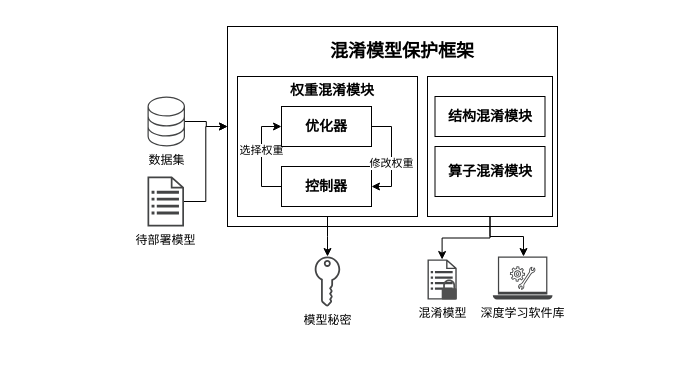
Earlier version of the draw.io diagram Untitled Diagram.drawio (kid1214/draw). Source tidied: cells renumbered, new cells numbered last; positions are measured from the earlier drawing's top-left corner, leaving out a move shared by most shapes. Both pictures are drawn from the tidied source at 100%, with x=0, y=0 at pixel (17, 26).
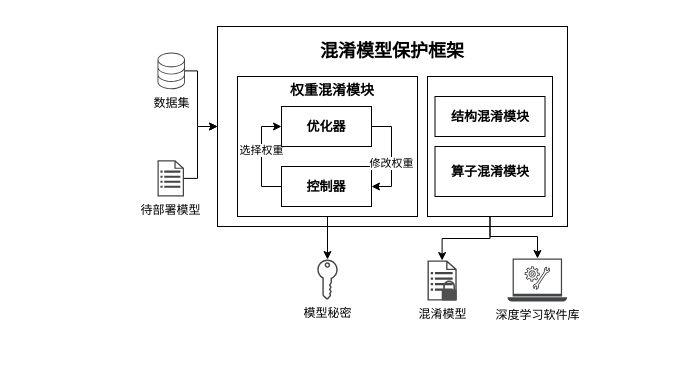
The same diagram, later.

Commit message (it also covers changes not shown here):
模型保护框架流程图.drawio

Unchanged cells that the change refers to:
```xml
<mxCell id="2" style="group;" parent="1" vertex="1">
  <mxGeometry y="20" width="659.7" height="310.2" as="geometry" />
</mxCell>
<mxCell id="3" style="group;" parent="2" vertex="1">
  <mxGeometry x="50" y="30" width="609.7" height="280.2" as="geometry" />
</mxCell>
<mxCell id="7" style="rounded=0;whiteSpace=wrap;html=1;" parent="3" vertex="1">
  <mxGeometry x="360" width="125" height="140" as="geometry" />
</mxCell>
<mxCell id="17" style="group;" parent="3" vertex="1">
  <mxGeometry x="194" y="30" width="130" height="100" as="geometry" />
</mxCell>
```

What changed in the source:
```diff
@@
     <mxCell id="4" style="rounded=0;whiteSpace=wrap;html=1;" parent="3" vertex="1">
-      <mxGeometry x="160" y="-50" width="330" height="200" as="geometry" />
+      <mxGeometry x="150" y="-50" width="350" height="200" as="geometry" />
     </mxCell>
     <mxCell id="5" style="edgeStyle=orthogonalEdgeStyle;rounded=0;jettySize=auto;html=1;" parent="3" edge="1" source="7" target="26">
       <mxGeometry relative="1" as="geometry">
         <Array as="points">
           <mxPoint x="423" y="160" />
-          <mxPoint x="456" y="160" />
+          <mxPoint x="470" y="160" />
         </Array>
       </mxGeometry>
     </mxCell>
@@
-    <mxCell id="8" value="&lt;h3&gt;结构混淆模块&lt;/h3&gt;" style="rounded=0;whiteSpace=wrap;html=1;" parent="3" vertex="1">
+    <mxCell id="8" value="&lt;h3&gt;&lt;font style=&quot;font-size: 13px;&quot;&gt;结构混淆模块&lt;/font&gt;&lt;/h3&gt;" style="rounded=0;whiteSpace=wrap;html=1;" parent="3" vertex="1">
       <mxGeometry x="367.5" y="20" width="110" height="40" as="geometry" />
     </mxCell>
-    <mxCell id="9" value="&lt;h3&gt;算子混淆模块&lt;/h3&gt;" style="rounded=0;whiteSpace=wrap;html=1;" parent="3" vertex="1">
+    <mxCell id="9" value="&lt;h3&gt;&lt;font style=&quot;font-size: 13px;&quot;&gt;算子混淆模块&lt;/font&gt;&lt;/h3&gt;" style="rounded=0;whiteSpace=wrap;html=1;" parent="3" vertex="1">
       <mxGeometry x="367.5" y="70" width="110" height="50" as="geometry" />
     </mxCell>
     <mxCell id="10" style="edgeStyle=orthogonalEdgeStyle;rounded=0;jettySize=auto;html=1;" parent="3" edge="1" source="11" target="4">
-      <mxGeometry relative="1" as="geometry" />
+      <mxGeometry relative="1" as="geometry">
+        <Array as="points">
+          <mxPoint x="130" y="102" />
+          <mxPoint x="130" y="50" />
+        </Array>
+      </mxGeometry>
     </mxCell>
     <mxCell id="11" value="待部署模型" style="sketch=0;shadow=0;dashed=0;html=1;strokeColor=none;fillColor=#434445;labelPosition=center;verticalLabelPosition=bottom;verticalAlign=top;align=center;outlineConnect=0;shape=mxgraph.vvd.recovery_plan;" parent="3" vertex="1">
-      <mxGeometry x="80" y="100" width="36.5" height="50" as="geometry" />
+      <mxGeometry x="90" y="83.7" width="26.5" height="36.3" as="geometry" />
     </mxCell>
-    <mxCell id="12" style="edgeStyle=orthogonalEdgeStyle;rounded=0;jettySize=auto;html=1;" parent="3" edge="1" source="13" target="4">
-      <mxGeometry relative="1" as="geometry" />
-    </mxCell>
-    <mxCell id="13" value="数据集" style="sketch=0;shadow=0;dashed=0;html=1;strokeColor=none;fillColor=#434445;labelPosition=center;verticalLabelPosition=bottom;verticalAlign=top;align=center;outlineConnect=0;shape=mxgraph.vvd.storage;" parent="3" vertex="1">
-      <mxGeometry x="80" y="20" width="37.5" height="50" as="geometry" />
-    </mxCell>
@@
-    <mxCell id="20" value="&lt;h3&gt;控制器&lt;/h3&gt;" style="rounded=0;whiteSpace=wrap;html=1;" parent="17" vertex="1">
+    <mxCell id="20" value="&lt;h3&gt;&lt;font style=&quot;font-size: 13px;&quot;&gt;控制器&lt;/font&gt;&lt;/h3&gt;" style="rounded=0;whiteSpace=wrap;html=1;" parent="17" vertex="1">
       <mxGeometry x="20" y="60" width="90" height="40" as="geometry" />
     </mxCell>
@@
-    <mxCell id="23" value="&lt;h3&gt;优化器&lt;/h3&gt;" style="rounded=0;whiteSpace=wrap;html=1;" parent="17" vertex="1">
+    <mxCell id="23" value="&lt;h3&gt;&lt;font style=&quot;font-size: 13px;&quot;&gt;优化器&lt;/font&gt;&lt;/h3&gt;" style="rounded=0;whiteSpace=wrap;html=1;" parent="17" vertex="1">
       <mxGeometry x="20" width="90" height="40" as="geometry" />
     </mxCell>
     <mxCell id="24" value="模型秘密" style="sketch=0;shadow=0;dashed=0;html=1;strokeColor=none;fillColor=#434445;labelPosition=center;verticalLabelPosition=bottom;verticalAlign=top;align=center;outlineConnect=0;shape=mxgraph.vvd.tenant_key;" parent="3" vertex="1">
-      <mxGeometry x="247.2" y="180" width="25.5" height="50" as="geometry" />
+      <mxGeometry x="249.8" y="183" width="20.4" height="40" as="geometry" />
     </mxCell>
     <mxCell id="25" style="group;" parent="3" vertex="1">
-      <mxGeometry x="425.3" y="180" width="59.7" height="43" as="geometry" />
+      <mxGeometry x="440" y="180" width="59.7" height="43" as="geometry" />
     </mxCell>
     <mxCell id="26" value="深度学习软件库" style="sketch=0;shadow=0;dashed=0;html=1;strokeColor=none;fillColor=#434445;labelPosition=center;verticalLabelPosition=bottom;verticalAlign=top;align=center;outlineConnect=0;shape=mxgraph.vvd.laptop;" parent="25" vertex="1">
-      <mxGeometry width="59.7" height="43" as="geometry" />
+      <mxGeometry y="2" width="59.7" height="43" as="geometry" />
     </mxCell>
@@
     <mxCell id="28" style="group;" parent="3" vertex="1">
-      <mxGeometry x="360" y="180" width="29.2" height="43" as="geometry" />
+      <mxGeometry x="360" y="181" width="29.2" height="43" as="geometry" />
     </mxCell>
@@
-    <mxCell id="31" value="&lt;h4 style=&quot;text-align: justify;&quot;&gt;&lt;font&gt;混淆&lt;/font&gt;&lt;span style=&quot;background-color: initial; text-align: center;&quot;&gt;模型保护框架&lt;/span&gt;&lt;/h4&gt;" style="text;strokeColor=none;align=center;fillColor=none;html=1;verticalAlign=middle;whiteSpace=wrap;rounded=0;fontFamily=Helvetica;fontStyle=1;fontSize=18;" parent="1" vertex="1">
-      <mxGeometry x="301.2" y="10" width="167.5" height="30" as="geometry" />
+    <mxCell id="31" value="&lt;h4 style=&quot;text-align: justify;&quot;&gt;&lt;font&gt;混淆&lt;/font&gt;&lt;span style=&quot;background-color: initial; text-align: center;&quot;&gt;模型保护框架&lt;/span&gt;&lt;/h4&gt;" style="text;strokeColor=none;align=center;fillColor=none;html=1;verticalAlign=middle;whiteSpace=wrap;rounded=0;fontFamily=Helvetica;fontStyle=1;fontSize=18;" parent="3" vertex="1">
+      <mxGeometry x="241.2" y="-40" width="167.5" height="30" as="geometry" />
     </mxCell>
+    <mxCell id="13" value="数据集" style="sketch=0;shadow=0;dashed=0;html=1;strokeColor=none;fillColor=#434445;labelPosition=center;verticalLabelPosition=bottom;verticalAlign=top;align=center;outlineConnect=0;shape=mxgraph.vvd.storage;" parent="2" vertex="1">
+      <mxGeometry x="140" y="6" width="27.5" height="36.7" as="geometry" />
+    </mxCell>
+    <mxCell id="12" style="edgeStyle=orthogonalEdgeStyle;rounded=0;jettySize=auto;html=1;" parent="2" edge="1" source="13" target="4">
+      <mxGeometry relative="1" as="geometry">
+        <Array as="points">
+          <mxPoint x="180" y="24" />
+          <mxPoint x="180" y="80" />
+        </Array>
+      </mxGeometry>
+    </mxCell>
```
